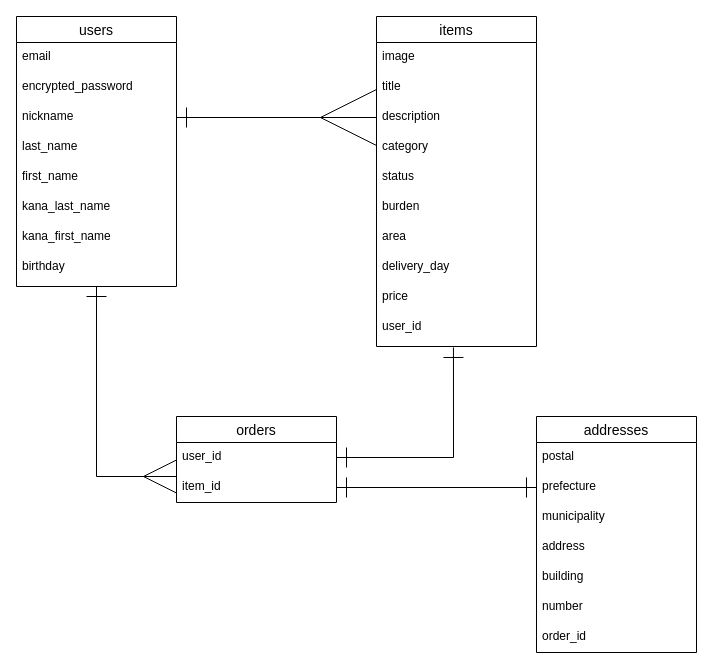
Above: furima.dio in CatGitter/furima-35807 (draw.io), before the change. Source tidied: cells renumbered, new cells numbered last; positions are measured from the earlier drawing's top-left corner, leaving out a move shared by most shapes. Both pictures are drawn from the tidied source at 100%, with x=0, y=0 at pixel (16, 16).
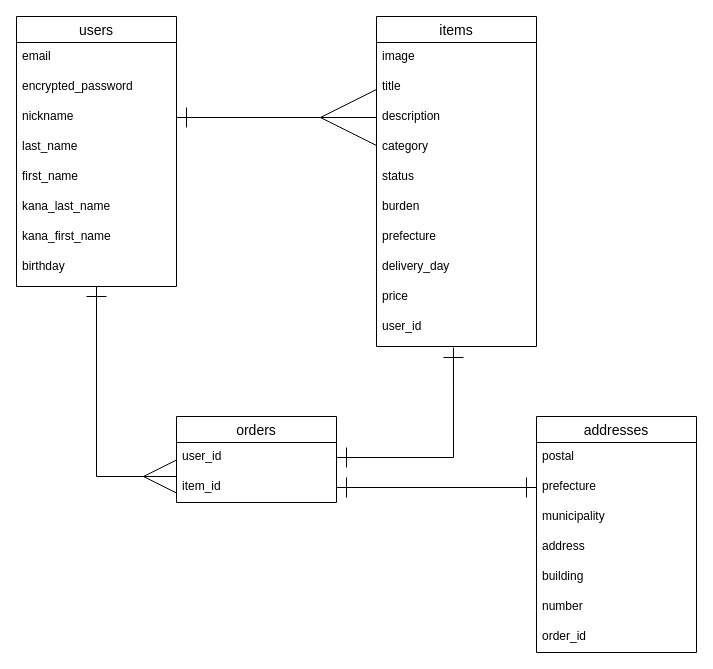
After the change.

Unchanged cells that the change refers to:
```xml
<mxCell id="11" value="items" style="swimlane;fontStyle=0;horizontal=1;startSize=26;align=center;fontSize=14;" parent="1" vertex="1">
  <mxGeometry x="360" width="160" height="330" as="geometry" />
</mxCell>
```

Change to the diagram source:
```diff
@@
-    <mxCell id="18" value="area" style="text;strokeColor=none;fillColor=none;spacingLeft=4;spacingRight=4;overflow=hidden;fontSize=12;" parent="11" vertex="1">
+    <mxCell id="18" value="prefecture" style="text;strokeColor=none;fillColor=none;spacingLeft=4;spacingRight=4;overflow=hidden;fontSize=12;" parent="11" vertex="1">
       <mxGeometry y="206" width="160" height="30" as="geometry" />
     </mxCell>
```
